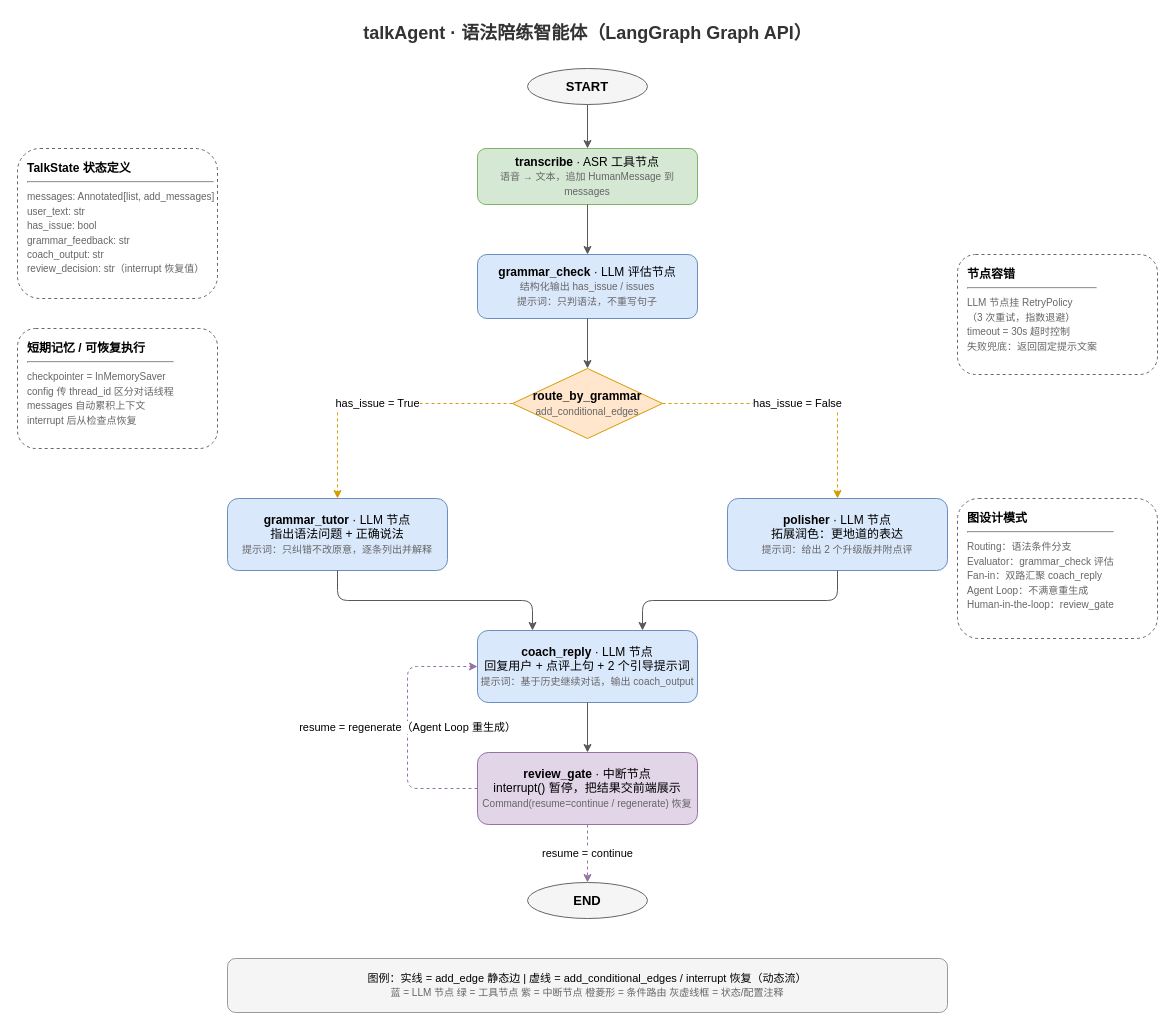
Ekko306/dialog-ai keeps this draw.io diagram as documents/talkAgent.drawio. Above is the earlier version. Source tidied: cells renumbered, new cells numbered last; positions are measured from the earlier drawing's top-left corner, leaving out a move shared by most shapes. Both pictures are drawn from the tidied source at 100%, with x=0, y=0 at pixel (17, 18).
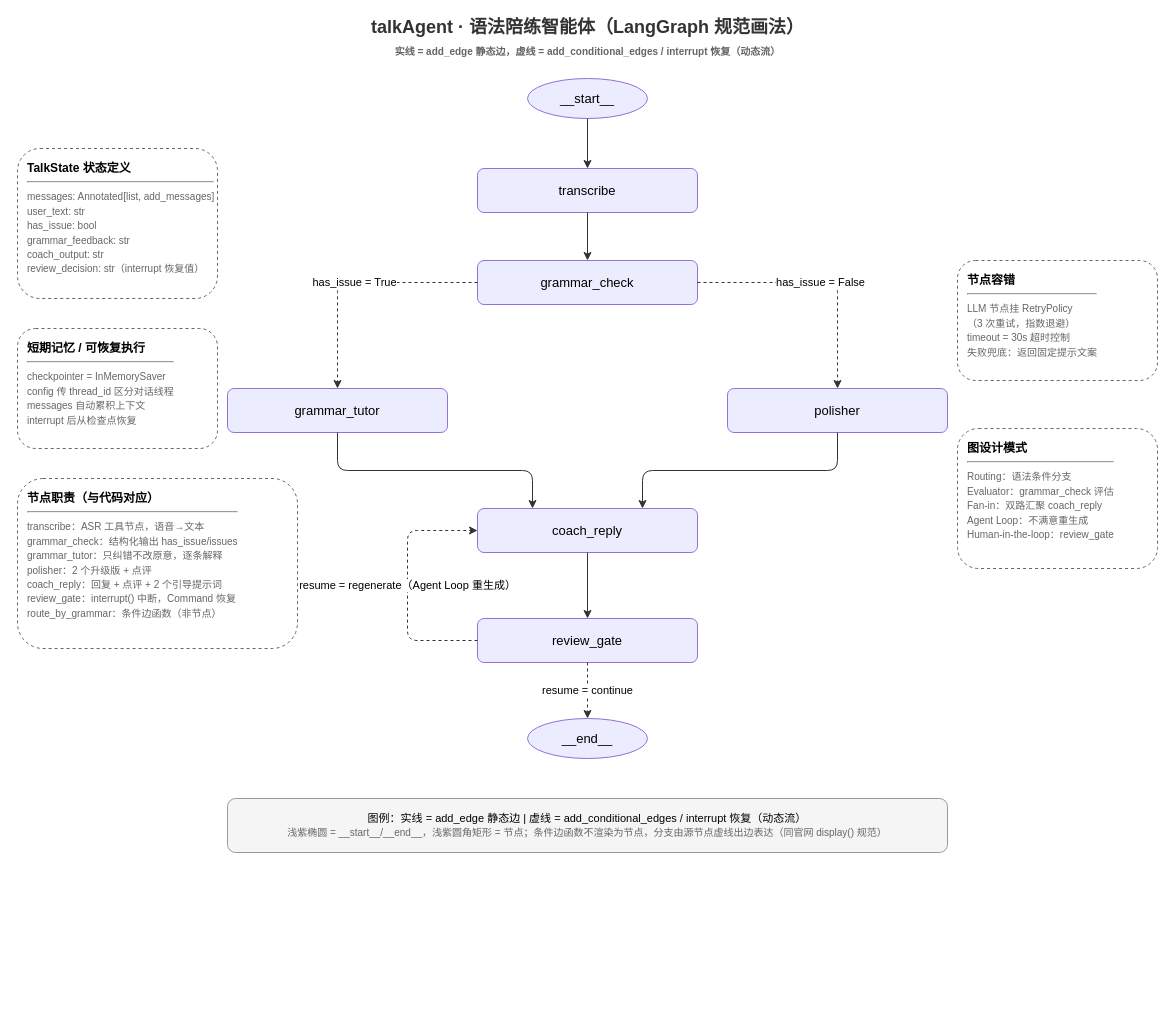
The same diagram, later.

The edit, as a diff of the source:
```diff
@@
-    <mxCell id="2" value="talkAgent · 语法陪练智能体（LangGraph Graph API）" style="text;html=1;align=center;verticalAlign=middle;fontSize=18;fontStyle=1;fontColor=#333333;" parent="1" vertex="1">
-      <mxGeometry x="330" width="480" height="30" as="geometry" />
+    <mxCell id="2" value="talkAgent · 语法陪练智能体（LangGraph 规范画法）&lt;br&gt;&lt;font style=&quot;font-size:10px&quot; color=&quot;#666666&quot;&gt;实线 = add_edge 静态边，虚线 = add_conditional_edges / interrupt 恢复（动态流）&lt;/font&gt;" style="text;html=1;align=center;verticalAlign=middle;fontSize=18;fontStyle=1;fontColor=#333333;" parent="1" vertex="1">
+      <mxGeometry x="330" width="480" height="40" as="geometry" />
     </mxCell>
-    <mxCell id="3" value="START" style="ellipse;whiteSpace=wrap;html=1;fillColor=#f5f5f5;strokeColor=#666666;fontSize=13;fontStyle=1;" parent="1" vertex="1">
-      <mxGeometry x="510" y="50" width="120" height="36" as="geometry" />
+    <mxCell id="3" value="__start__" style="ellipse;whiteSpace=wrap;html=1;fillColor=#ECECFF;strokeColor=#9370DB;fontSize=13;" parent="1" vertex="1">
+      <mxGeometry x="510" y="60" width="120" height="40" as="geometry" />
     </mxCell>
-    <mxCell id="4" value="&lt;b&gt;transcribe&lt;/b&gt; · ASR 工具节点&lt;br&gt;&lt;font style=&quot;font-size:10px&quot; color=&quot;#666666&quot;&gt;语音 → 文本，追加 HumanMessage 到 messages&lt;/font&gt;" style="rounded=1;whiteSpace=wrap;html=1;fillColor=#d5e8d4;strokeColor=#82b366;fontSize=12;" parent="1" vertex="1">
-      <mxGeometry x="460" y="130" width="220" height="56" as="geometry" />
+    <mxCell id="4" value="transcribe" style="rounded=1;whiteSpace=wrap;html=1;fillColor=#ECECFF;strokeColor=#9370DB;fontSize=13;" parent="1" vertex="1">
+      <mxGeometry x="460" y="150" width="220" height="44" as="geometry" />
     </mxCell>
-    <mxCell id="5" value="&lt;b&gt;grammar_check&lt;/b&gt; · LLM 评估节点&lt;br&gt;&lt;font style=&quot;font-size:10px&quot; color=&quot;#666666&quot;&gt;结构化输出 has_issue / issues&lt;br&gt;提示词：只判语法，不重写句子&lt;/font&gt;" style="rounded=1;whiteSpace=wrap;html=1;fillColor=#dae8fc;strokeColor=#6c8ebf;fontSize=12;" parent="1" vertex="1">
-      <mxGeometry x="460" y="236" width="220" height="64" as="geometry" />
+    <mxCell id="5" value="grammar_check" style="rounded=1;whiteSpace=wrap;html=1;fillColor=#ECECFF;strokeColor=#9370DB;fontSize=13;" parent="1" vertex="1">
+      <mxGeometry x="460" y="242" width="220" height="44" as="geometry" />
     </mxCell>
-    <mxCell id="6" value="&lt;b&gt;route_by_grammar&lt;/b&gt;&lt;br&gt;&lt;font style=&quot;font-size:10px&quot; color=&quot;#666666&quot;&gt;add_conditional_edges&lt;/font&gt;" style="rhombus;whiteSpace=wrap;html=1;fillColor=#ffe6cc;strokeColor=#d79b00;fontSize=12;" parent="1" vertex="1">
-      <mxGeometry x="495" y="350" width="150" height="70" as="geometry" />
-    </mxCell>
-    <mxCell id="7" value="&lt;b&gt;grammar_tutor&lt;/b&gt; · LLM 节点&lt;br&gt;指出语法问题 + 正确说法&lt;br&gt;&lt;font style=&quot;font-size:10px&quot; color=&quot;#666666&quot;&gt;提示词：只纠错不改原意，逐条列出并解释&lt;/font&gt;" style="rounded=1;whiteSpace=wrap;html=1;fillColor=#dae8fc;strokeColor=#6c8ebf;fontSize=12;" parent="1" vertex="1">
-      <mxGeometry x="210" y="480" width="220" height="72" as="geometry" />
+    <mxCell id="7" value="grammar_tutor" style="rounded=1;whiteSpace=wrap;html=1;fillColor=#ECECFF;strokeColor=#9370DB;fontSize=13;" parent="1" vertex="1">
+      <mxGeometry x="210" y="370" width="220" height="44" as="geometry" />
     </mxCell>
-    <mxCell id="8" value="&lt;b&gt;polisher&lt;/b&gt; · LLM 节点&lt;br&gt;拓展润色：更地道的表达&lt;br&gt;&lt;font style=&quot;font-size:10px&quot; color=&quot;#666666&quot;&gt;提示词：给出 2 个升级版并附点评&lt;/font&gt;" style="rounded=1;whiteSpace=wrap;html=1;fillColor=#dae8fc;strokeColor=#6c8ebf;fontSize=12;" parent="1" vertex="1">
-      <mxGeometry x="710" y="480" width="220" height="72" as="geometry" />
+    <mxCell id="8" value="polisher" style="rounded=1;whiteSpace=wrap;html=1;fillColor=#ECECFF;strokeColor=#9370DB;fontSize=13;" parent="1" vertex="1">
+      <mxGeometry x="710" y="370" width="220" height="44" as="geometry" />
     </mxCell>
-    <mxCell id="9" value="&lt;b&gt;coach_reply&lt;/b&gt; · LLM 节点&lt;br&gt;回复用户 + 点评上句 + 2 个引导提示词&lt;br&gt;&lt;font style=&quot;font-size:10px&quot; color=&quot;#666666&quot;&gt;提示词：基于历史继续对话，输出 coach_output&lt;/font&gt;" style="rounded=1;whiteSpace=wrap;html=1;fillColor=#dae8fc;strokeColor=#6c8ebf;fontSize=12;" parent="1" vertex="1">
-      <mxGeometry x="460" y="612" width="220" height="72" as="geometry" />
+    <mxCell id="9" value="coach_reply" style="rounded=1;whiteSpace=wrap;html=1;fillColor=#ECECFF;strokeColor=#9370DB;fontSize=13;" parent="1" vertex="1">
+      <mxGeometry x="460" y="490" width="220" height="44" as="geometry" />
     </mxCell>
-    <mxCell id="10" value="&lt;b&gt;review_gate&lt;/b&gt; · 中断节点&lt;br&gt;interrupt() 暂停，把结果交前端展示&lt;br&gt;&lt;font style=&quot;font-size:10px&quot; color=&quot;#666666&quot;&gt;Command(resume=continue / regenerate) 恢复&lt;/font&gt;" style="rounded=1;whiteSpace=wrap;html=1;fillColor=#e1d5e7;strokeColor=#9673a6;fontSize=12;" parent="1" vertex="1">
-      <mxGeometry x="460" y="734" width="220" height="72" as="geometry" />
+    <mxCell id="10" value="review_gate" style="rounded=1;whiteSpace=wrap;html=1;fillColor=#ECECFF;strokeColor=#9370DB;fontSize=13;" parent="1" vertex="1">
+      <mxGeometry x="460" y="600" width="220" height="44" as="geometry" />
     </mxCell>
-    <mxCell id="11" value="END" style="ellipse;whiteSpace=wrap;html=1;fillColor=#f5f5f5;strokeColor=#666666;fontSize=13;fontStyle=1;" parent="1" vertex="1">
-      <mxGeometry x="510" y="864" width="120" height="36" as="geometry" />
+    <mxCell id="11" value="__end__" style="ellipse;whiteSpace=wrap;html=1;fillColor=#ECECFF;strokeColor=#9370DB;fontSize=13;" parent="1" vertex="1">
+      <mxGeometry x="510" y="700" width="120" height="40" as="geometry" />
     </mxCell>
-    <mxCell id="12" style="edgeStyle=orthogonalEdgeStyle;rounded=1;html=1;strokeColor=#595959;fontSize=11;" parent="1" edge="1" source="3" target="4">
+    <mxCell id="12" style="edgeStyle=orthogonalEdgeStyle;rounded=1;html=1;strokeColor=#333333;fontSize=11;" parent="1" edge="1" source="3" target="4">
       <mxGeometry relative="1" as="geometry" />
     </mxCell>
-    <mxCell id="13" style="edgeStyle=orthogonalEdgeStyle;rounded=1;html=1;strokeColor=#595959;fontSize=11;" parent="1" edge="1" source="4" target="5">
+    <mxCell id="13" style="edgeStyle=orthogonalEdgeStyle;rounded=1;html=1;strokeColor=#333333;fontSize=11;" parent="1" edge="1" source="4" target="5">
       <mxGeometry relative="1" as="geometry" />
     </mxCell>
-    <mxCell id="14" style="edgeStyle=orthogonalEdgeStyle;rounded=1;html=1;strokeColor=#595959;fontSize=11;" parent="1" edge="1" source="5" target="6">
-      <mxGeometry relative="1" as="geometry" />
-    </mxCell>
-    <mxCell id="15" value="has_issue = True" style="edgeStyle=orthogonalEdgeStyle;rounded=1;html=1;dashed=1;strokeColor=#d79b00;fontSize=11;exitX=0;exitY=0.5;exitDx=0;exitDy=0;entryX=0.5;entryY=0;entryDx=0;entryDy=0;" parent="1" edge="1" source="6" target="7">
+    <mxCell id="15" value="has_issue = True" style="edgeStyle=orthogonalEdgeStyle;rounded=1;html=1;dashed=1;strokeColor=#333333;fontSize=11;exitX=0;exitY=0.5;exitDx=0;exitDy=0;entryX=0.5;entryY=0;entryDx=0;entryDy=0;" parent="1" edge="1" source="5" target="7">
       <mxGeometry relative="1" as="geometry" />
     </mxCell>
-    <mxCell id="16" value="has_issue = False" style="edgeStyle=orthogonalEdgeStyle;rounded=1;html=1;dashed=1;strokeColor=#d79b00;fontSize=11;exitX=1;exitY=0.5;exitDx=0;exitDy=0;entryX=0.5;entryY=0;entryDx=0;entryDy=0;" parent="1" edge="1" source="6" target="8">
+    <mxCell id="16" value="has_issue = False" style="edgeStyle=orthogonalEdgeStyle;rounded=1;html=1;dashed=1;strokeColor=#333333;fontSize=11;exitX=1;exitY=0.5;exitDx=0;exitDy=0;entryX=0.5;entryY=0;entryDx=0;entryDy=0;" parent="1" edge="1" source="5" target="8">
       <mxGeometry relative="1" as="geometry" />
     </mxCell>
-    <mxCell id="17" style="edgeStyle=orthogonalEdgeStyle;rounded=1;html=1;strokeColor=#595959;fontSize=11;exitX=0.5;exitY=1;exitDx=0;exitDy=0;entryX=0.25;entryY=0;entryDx=0;entryDy=0;" parent="1" edge="1" source="7" target="9">
+    <mxCell id="17" style="edgeStyle=orthogonalEdgeStyle;rounded=1;html=1;strokeColor=#333333;fontSize=11;exitX=0.5;exitY=1;exitDx=0;exitDy=0;entryX=0.25;entryY=0;entryDx=0;entryDy=0;" parent="1" edge="1" source="7" target="9">
       <mxGeometry relative="1" as="geometry" />
     </mxCell>
-    <mxCell id="18" style="edgeStyle=orthogonalEdgeStyle;rounded=1;html=1;strokeColor=#595959;fontSize=11;exitX=0.5;exitY=1;exitDx=0;exitDy=0;entryX=0.75;entryY=0;entryDx=0;entryDy=0;" parent="1" edge="1" source="8" target="9">
+    <mxCell id="18" style="edgeStyle=orthogonalEdgeStyle;rounded=1;html=1;strokeColor=#333333;fontSize=11;exitX=0.5;exitY=1;exitDx=0;exitDy=0;entryX=0.75;entryY=0;entryDx=0;entryDy=0;" parent="1" edge="1" source="8" target="9">
       <mxGeometry relative="1" as="geometry" />
     </mxCell>
-    <mxCell id="19" style="edgeStyle=orthogonalEdgeStyle;rounded=1;html=1;strokeColor=#595959;fontSize=11;" parent="1" edge="1" source="9" target="10">
+    <mxCell id="19" style="edgeStyle=orthogonalEdgeStyle;rounded=1;html=1;strokeColor=#333333;fontSize=11;" parent="1" edge="1" source="9" target="10">
       <mxGeometry relative="1" as="geometry" />
     </mxCell>
-    <mxCell id="20" value="resume = continue" style="edgeStyle=orthogonalEdgeStyle;rounded=1;html=1;dashed=1;strokeColor=#9673a6;fontSize=11;exitX=0.5;exitY=1;exitDx=0;exitDy=0;entryX=0.5;entryY=0;entryDx=0;entryDy=0;" parent="1" edge="1" source="10" target="11">
+    <mxCell id="20" value="resume = continue" style="edgeStyle=orthogonalEdgeStyle;rounded=1;html=1;dashed=1;strokeColor=#333333;fontSize=11;exitX=0.5;exitY=1;exitDx=0;exitDy=0;entryX=0.5;entryY=0;entryDx=0;entryDy=0;" parent="1" edge="1" source="10" target="11">
       <mxGeometry relative="1" as="geometry" />
     </mxCell>
-    <mxCell id="21" value="resume = regenerate（Agent Loop 重生成）" style="edgeStyle=orthogonalEdgeStyle;rounded=1;html=1;dashed=1;strokeColor=#9673a6;fontSize=11;exitX=0;exitY=0.5;exitDx=0;exitDy=0;entryX=0;entryY=0.5;entryDx=0;entryDy=0;" parent="1" edge="1" source="10" target="9">
+    <mxCell id="21" value="resume = regenerate（Agent Loop 重生成）" style="edgeStyle=orthogonalEdgeStyle;rounded=1;html=1;dashed=1;strokeColor=#333333;fontSize=11;exitX=0;exitY=0.5;exitDx=0;exitDy=0;entryX=0;entryY=0.5;entryDx=0;entryDy=0;" parent="1" edge="1" source="10" target="9">
       <mxGeometry relative="1" as="geometry">
         <Array as="points">
-          <mxPoint x="390" y="770" />
-          <mxPoint x="390" y="648" />
+          <mxPoint x="390" y="622" />
+          <mxPoint x="390" y="512" />
         </Array>
       </mxGeometry>
     </mxCell>
@@
+    <mxCell id="27" value="&lt;b&gt;节点职责（与代码对应）&lt;/b&gt;&lt;hr&gt;&lt;font style=&quot;font-size:10px&quot; color=&quot;#666666&quot;&gt;transcribe：ASR 工具节点，语音→文本&lt;br&gt;grammar_check：结构化输出 has_issue/issues&lt;br&gt;grammar_tutor：只纠错不改原意，逐条解释&lt;br&gt;polisher：2 个升级版 + 点评&lt;br&gt;coach_reply：回复 + 点评 + 2 个引导提示词&lt;br&gt;review_gate：interrupt() 中断，Command 恢复&lt;br&gt;route_by_grammar：条件边函数（非节点）&lt;/font&gt;" style="rounded=1;whiteSpace=wrap;html=1;dashed=1;fillColor=none;strokeColor=#666666;align=left;verticalAlign=top;fontSize=12;spacingLeft=8;spacingTop=6;" parent="1" vertex="1">
+      <mxGeometry y="460" width="280" height="170" as="geometry" />
+    </mxCell>
     <mxCell id="24" value="&lt;b&gt;节点容错&lt;/b&gt;&lt;hr&gt;&lt;font style=&quot;font-size:10px&quot; color=&quot;#666666&quot;&gt;LLM 节点挂 RetryPolicy&lt;br&gt;（3 次重试，指数退避）&lt;br&gt;timeout = 30s 超时控制&lt;br&gt;失败兜底：返回固定提示文案&lt;/font&gt;" style="rounded=1;whiteSpace=wrap;html=1;dashed=1;fillColor=none;strokeColor=#666666;align=left;verticalAlign=top;fontSize=12;spacingLeft=8;spacingTop=6;" parent="1" vertex="1">
-      <mxGeometry x="940" y="236" width="200" height="120" as="geometry" />
+      <mxGeometry x="940" y="242" width="200" height="120" as="geometry" />
     </mxCell>
     <mxCell id="25" value="&lt;b&gt;图设计模式&lt;/b&gt;&lt;hr&gt;&lt;font style=&quot;font-size:10px&quot; color=&quot;#666666&quot;&gt;Routing：语法条件分支&lt;br&gt;Evaluator：grammar_check 评估&lt;br&gt;Fan-in：双路汇聚 coach_reply&lt;br&gt;Agent Loop：不满意重生成&lt;br&gt;Human-in-the-loop：review_gate&lt;/font&gt;" style="rounded=1;whiteSpace=wrap;html=1;dashed=1;fillColor=none;strokeColor=#666666;align=left;verticalAlign=top;fontSize=12;spacingLeft=8;spacingTop=6;" parent="1" vertex="1">
-      <mxGeometry x="940" y="480" width="200" height="140" as="geometry" />
+      <mxGeometry x="940" y="410" width="200" height="140" as="geometry" />
     </mxCell>
-    <mxCell id="26" value="图例：实线 = add_edge 静态边  |  虚线 = add_conditional_edges / interrupt 恢复（动态流）&lt;br&gt;&lt;font style=&quot;font-size:10px&quot; color=&quot;#666666&quot;&gt;蓝 = LLM 节点  绿 = 工具节点  紫 = 中断节点  橙菱形 = 条件路由  灰虚线框 = 状态/配置注释&lt;/font&gt;" style="rounded=1;whiteSpace=wrap;html=1;fillColor=#f5f5f5;strokeColor=#999999;fontSize=11;align=center;" parent="1" vertex="1">
-      <mxGeometry x="210" y="940" width="720" height="54" as="geometry" />
+    <mxCell id="26" value="图例：实线 = add_edge 静态边  |  虚线 = add_conditional_edges / interrupt 恢复（动态流）&lt;br&gt;&lt;font style=&quot;font-size:10px&quot; color=&quot;#666666&quot;&gt;浅紫椭圆 = __start__/__end__，浅紫圆角矩形 = 节点；条件边函数不渲染为节点，分支由源节点虚线出边表达（同官网 display() 规范）&lt;/font&gt;" style="rounded=1;whiteSpace=wrap;html=1;fillColor=#f5f5f5;strokeColor=#999999;fontSize=11;align=center;" parent="1" vertex="1">
+      <mxGeometry x="210" y="780" width="720" height="54" as="geometry" />
     </mxCell>
```
